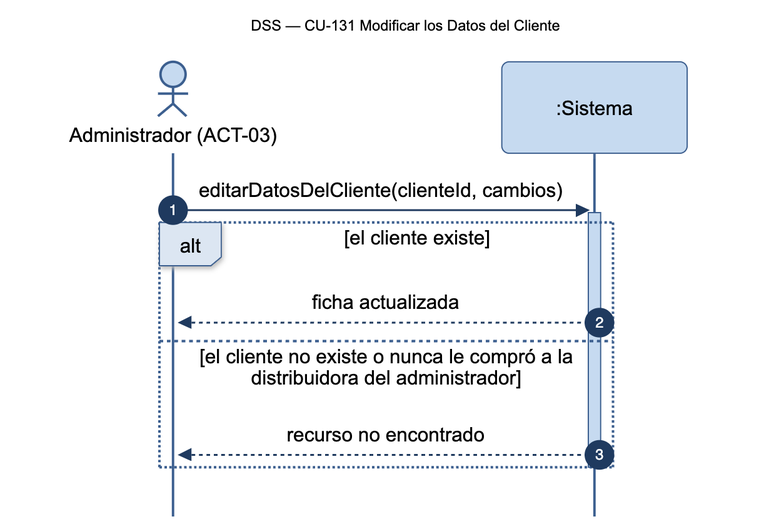
This is diagramas/png/DSS_CU-131_Modificar-los-Datos-del-Cliente.png from Nahuelito-Dev/splg-docs, a Mermaid export, as it was before one commit. Its source is kept beside it as diagramas/DSS_CU-131_Modificar-los-Datos-del-Cliente.mmd.
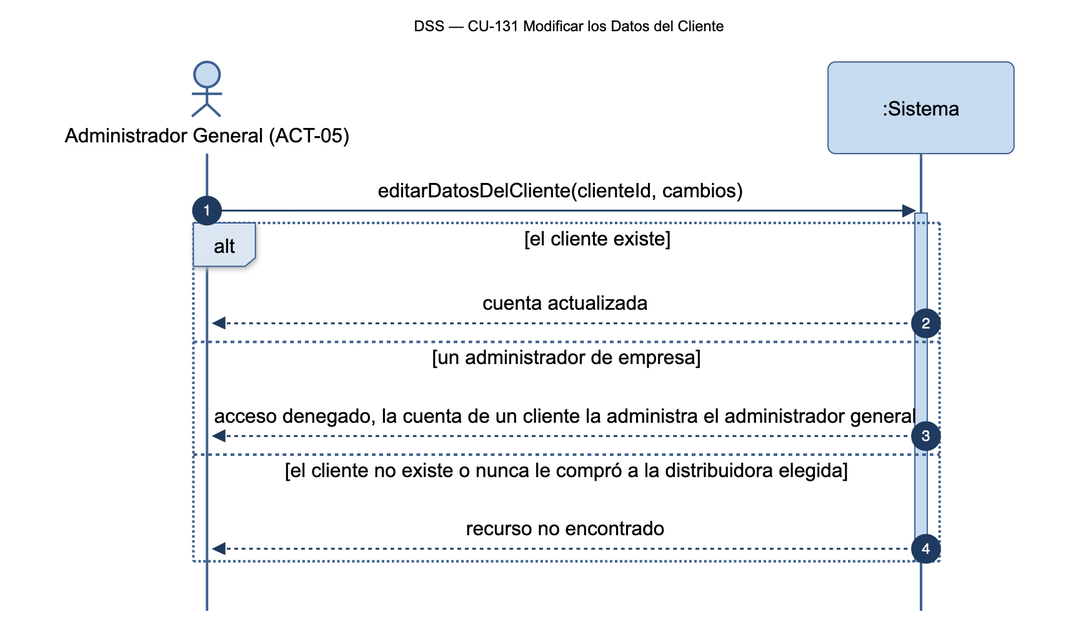
The same diagram one commit later.

Diff of the diagram source:
```diff
@@ -1,14 +1,16 @@
 sequenceDiagram
     title DSS — CU-131 Modificar los Datos del Cliente
     autonumber
-    actor ADM as Administrador (ACT-03)
+    actor ADM as Administrador General (ACT-05)
     participant SIS as :Sistema
 
     ADM->>SIS: editarDatosDelCliente(clienteId, cambios)
     activate SIS
     alt el cliente existe
-        SIS-->>ADM: ficha actualizada
-    else el cliente no existe o nunca le compró a la distribuidora del administrador
+        SIS-->>ADM: cuenta actualizada
+    else un administrador de empresa
+        SIS-->>ADM: acceso denegado, la cuenta de un cliente la administra el administrador general
+    else el cliente no existe o nunca le compró a la distribuidora elegida
         SIS-->>ADM: recurso no encontrado
     end
     deactivate SIS
```
